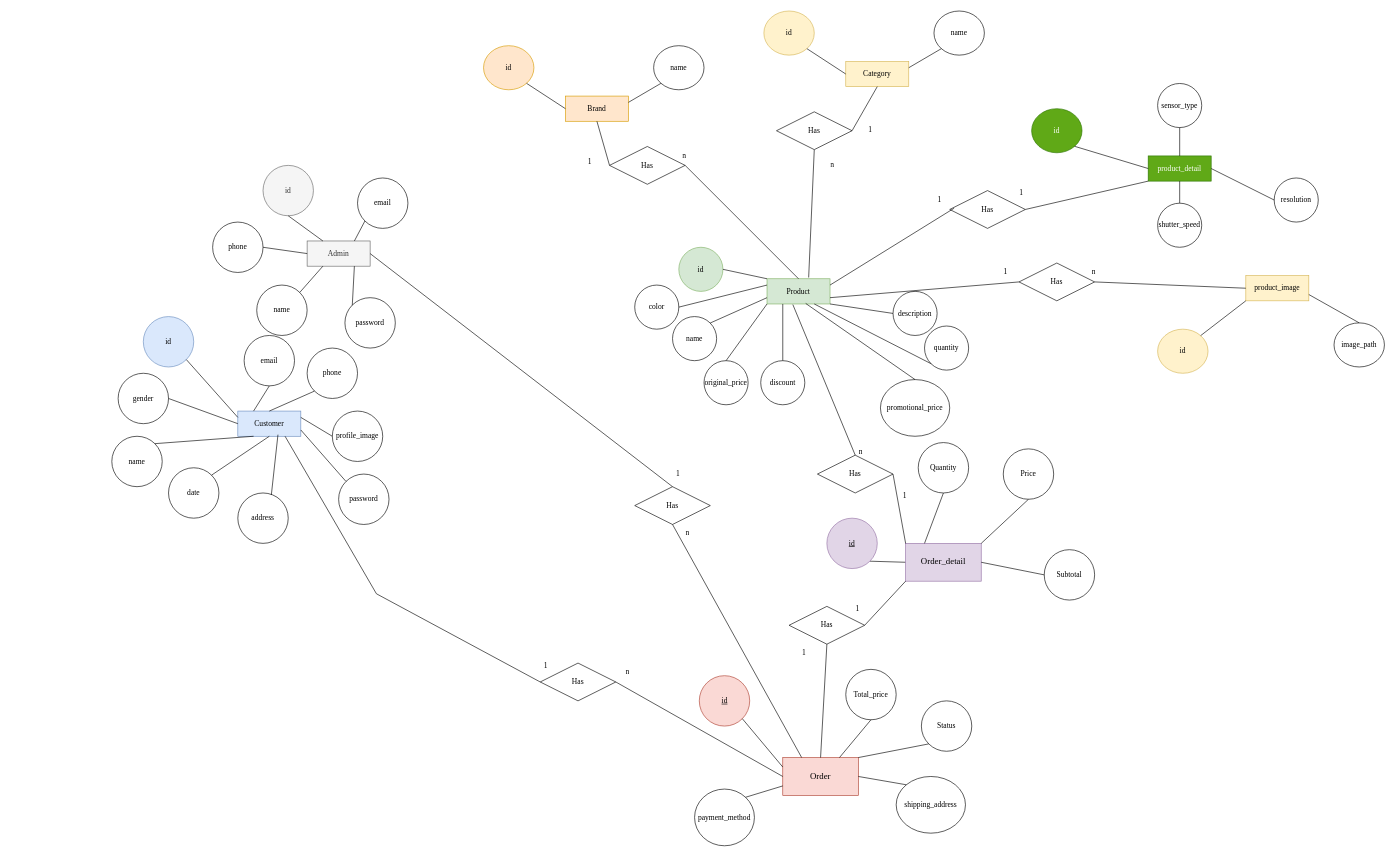
This is page "Page-1" (1 of 2) of CameraStore.drawio from FlashTM123/assignment, a draw.io file, before an edit. Source tidied: cells renumbered, new cells numbered last; positions are measured from the earlier drawing's top-left corner, leaving out a move shared by most shapes. Both pictures are drawn from the tidied source at 63%, with x=0, y=0 at pixel (112, 11).
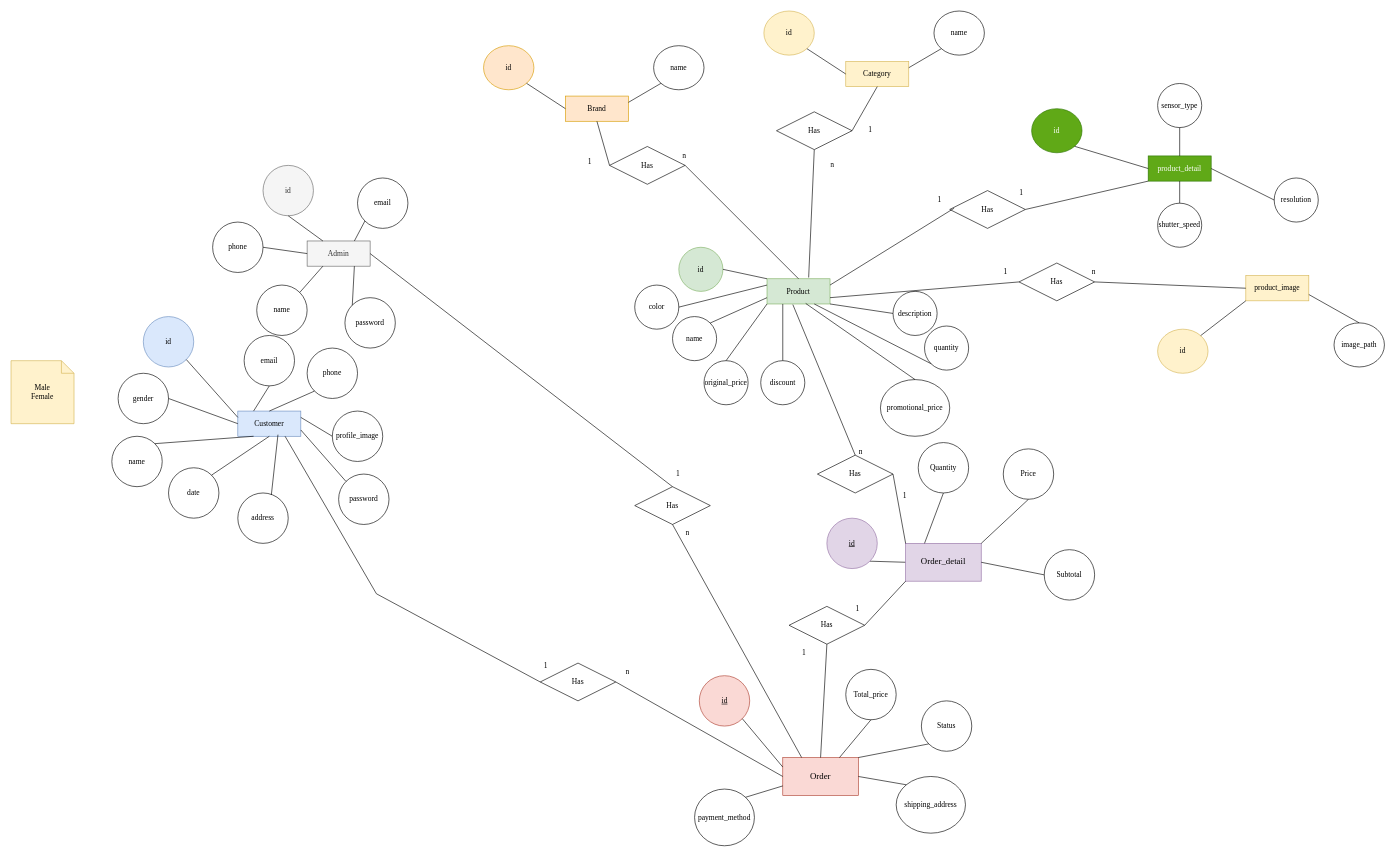
The same diagram, later.

What changed in the source:
```diff
@@
+    <mxCell id="133" value="&lt;div&gt;Male&lt;/div&gt;&lt;div&gt;Female&lt;/div&gt;" style="shape=note;size=20;whiteSpace=wrap;html=1;fontFamily=Times New Roman;fillColor=#fff2cc;strokeColor=#d6b656;" parent="1" vertex="1">
+      <mxGeometry x="-160" y="555" width="100" height="100" as="geometry" />
+    </mxCell>
```
